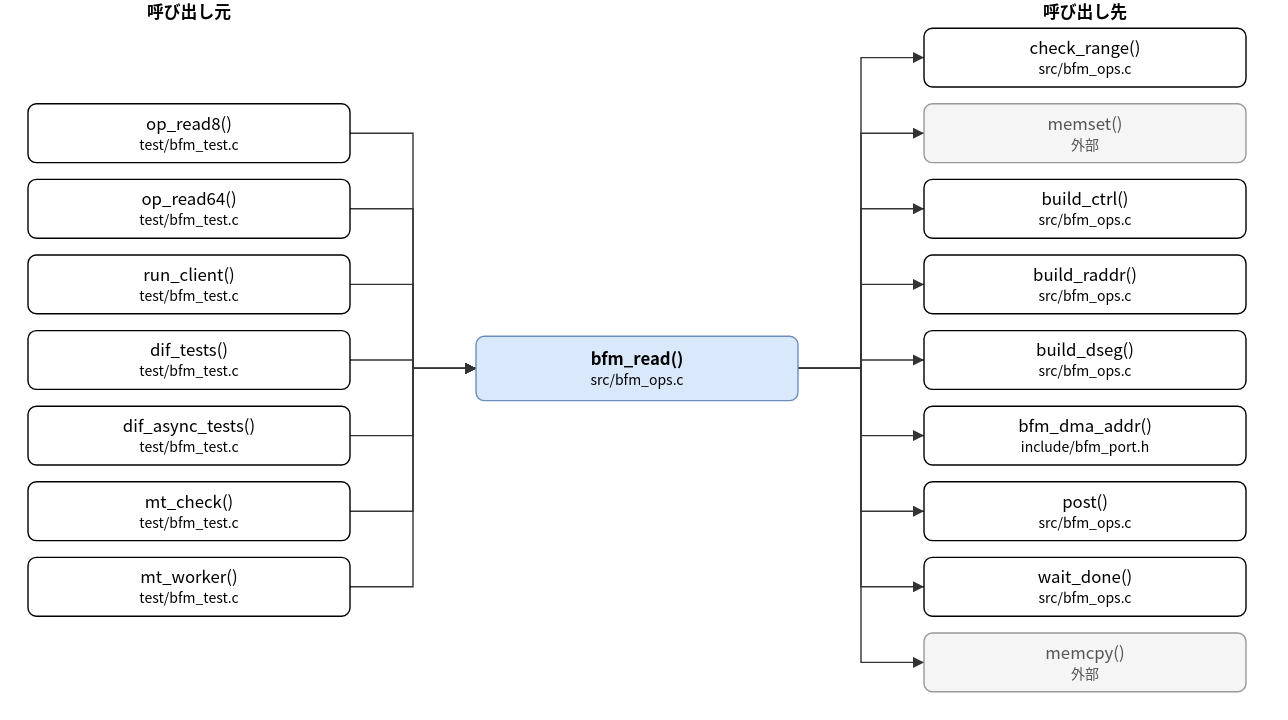
hf355051012-ai/bfmem keeps this draw.io diagram as doc/spec/images/call_src_bfm_ops-bfm_read.drawio.svg. Above is the earlier version. Source tidied: cells renumbered, new cells last; positions are measured from the earlier drawing's top-left corner, leaving out a move shared by most shapes.
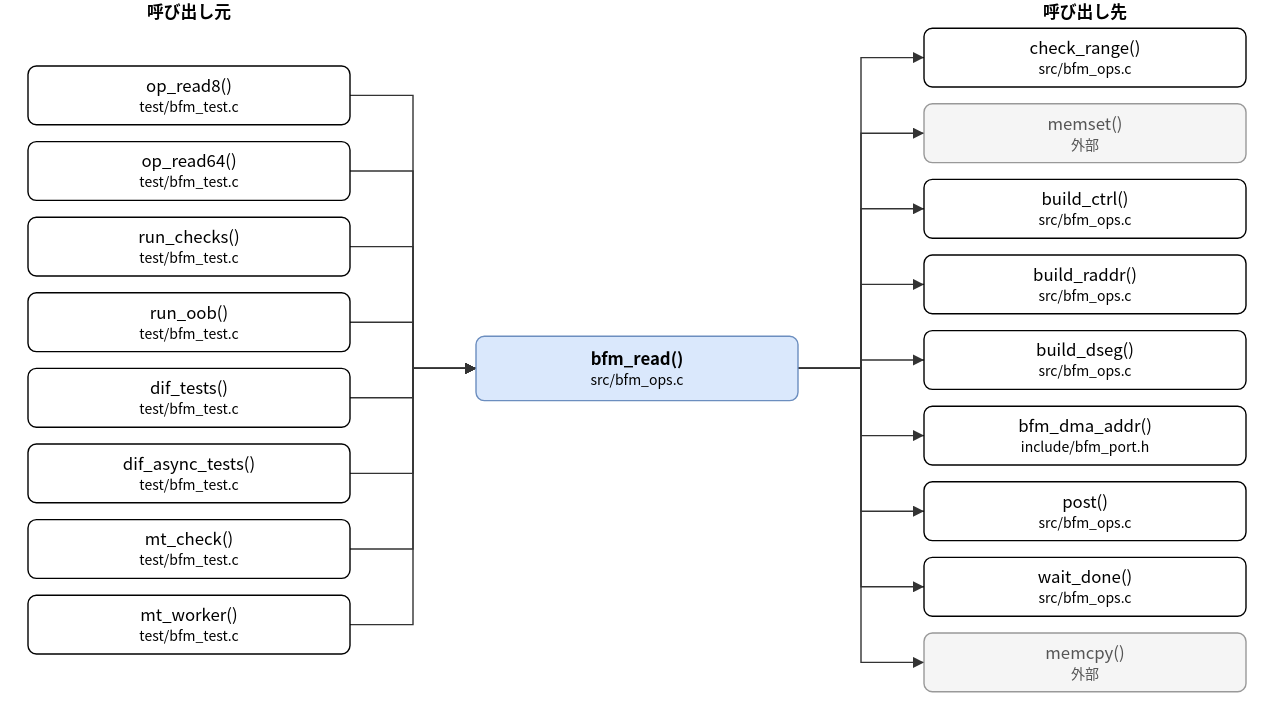
The same file after the commit.

Change to the diagram source:
```diff
@@ -6,26 +6,29 @@
       <mxGeometry x="320" y="240" width="230" height="46" as="geometry" />
     </mxCell>
     <mxCell id="3" value="op_read8()&lt;br&gt;&lt;font style=&quot;font-size:10px&quot;&gt;test/bfm_test.c&lt;/font&gt;" style="rounded=1;whiteSpace=wrap;html=1;" parent="1" vertex="1">
-      <mxGeometry y="74" width="230" height="42" as="geometry" />
+      <mxGeometry y="47" width="230" height="42" as="geometry" />
     </mxCell>
     <mxCell id="4" value="op_read64()&lt;br&gt;&lt;font style=&quot;font-size:10px&quot;&gt;test/bfm_test.c&lt;/font&gt;" style="rounded=1;whiteSpace=wrap;html=1;" parent="1" vertex="1">
-      <mxGeometry y="128" width="230" height="42" as="geometry" />
+      <mxGeometry y="101" width="230" height="42" as="geometry" />
     </mxCell>
-    <mxCell id="5" value="run_client()&lt;br&gt;&lt;font style=&quot;font-size:10px&quot;&gt;test/bfm_test.c&lt;/font&gt;" style="rounded=1;whiteSpace=wrap;html=1;" parent="1" vertex="1">
-      <mxGeometry y="182" width="230" height="42" as="geometry" />
+    <mxCell id="5" value="run_checks()&lt;br&gt;&lt;font style=&quot;font-size:10px&quot;&gt;test/bfm_test.c&lt;/font&gt;" style="rounded=1;whiteSpace=wrap;html=1;" parent="1" vertex="1">
+      <mxGeometry y="155" width="230" height="42" as="geometry" />
     </mxCell>
-    <mxCell id="6" value="dif_tests()&lt;br&gt;&lt;font style=&quot;font-size:10px&quot;&gt;test/bfm_test.c&lt;/font&gt;" style="rounded=1;whiteSpace=wrap;html=1;" parent="1" vertex="1">
-      <mxGeometry y="236" width="230" height="42" as="geometry" />
+    <mxCell id="6" value="run_oob()&lt;br&gt;&lt;font style=&quot;font-size:10px&quot;&gt;test/bfm_test.c&lt;/font&gt;" style="rounded=1;whiteSpace=wrap;html=1;" parent="1" vertex="1">
+      <mxGeometry y="209" width="230" height="42" as="geometry" />
     </mxCell>
-    <mxCell id="7" value="dif_async_tests()&lt;br&gt;&lt;font style=&quot;font-size:10px&quot;&gt;test/bfm_test.c&lt;/font&gt;" style="rounded=1;whiteSpace=wrap;html=1;" parent="1" vertex="1">
-      <mxGeometry y="290" width="230" height="42" as="geometry" />
+    <mxCell id="7" value="dif_tests()&lt;br&gt;&lt;font style=&quot;font-size:10px&quot;&gt;test/bfm_test.c&lt;/font&gt;" style="rounded=1;whiteSpace=wrap;html=1;" parent="1" vertex="1">
+      <mxGeometry y="263" width="230" height="42" as="geometry" />
     </mxCell>
-    <mxCell id="8" value="mt_check()&lt;br&gt;&lt;font style=&quot;font-size:10px&quot;&gt;test/bfm_test.c&lt;/font&gt;" style="rounded=1;whiteSpace=wrap;html=1;" parent="1" vertex="1">
-      <mxGeometry y="344" width="230" height="42" as="geometry" />
+    <mxCell id="8" value="dif_async_tests()&lt;br&gt;&lt;font style=&quot;font-size:10px&quot;&gt;test/bfm_test.c&lt;/font&gt;" style="rounded=1;whiteSpace=wrap;html=1;" parent="1" vertex="1">
+      <mxGeometry y="317" width="230" height="42" as="geometry" />
     </mxCell>
-    <mxCell id="9" value="mt_worker()&lt;br&gt;&lt;font style=&quot;font-size:10px&quot;&gt;test/bfm_test.c&lt;/font&gt;" style="rounded=1;whiteSpace=wrap;html=1;" parent="1" vertex="1">
-      <mxGeometry y="398" width="230" height="42" as="geometry" />
+    <mxCell id="9" value="mt_check()&lt;br&gt;&lt;font style=&quot;font-size:10px&quot;&gt;test/bfm_test.c&lt;/font&gt;" style="rounded=1;whiteSpace=wrap;html=1;" parent="1" vertex="1">
+      <mxGeometry y="371" width="230" height="42" as="geometry" />
     </mxCell>
+    <mxCell id="37" value="mt_worker()&lt;br&gt;&lt;font style=&quot;font-size:10px&quot;&gt;test/bfm_test.c&lt;/font&gt;" style="rounded=1;whiteSpace=wrap;html=1;" parent="1" vertex="1">
+      <mxGeometry y="425" width="230" height="42" as="geometry" />
+    </mxCell>
     <mxCell id="10" value="check_range()&lt;br&gt;&lt;font style=&quot;font-size:10px&quot;&gt;src/bfm_ops.c&lt;/font&gt;" style="rounded=1;whiteSpace=wrap;html=1;" parent="1" vertex="1">
       <mxGeometry x="640" y="20" width="230" height="42" as="geometry" />
     </mxCell>
@@ -56,7 +59,7 @@
     <mxCell id="19" style="edgeStyle=none;html=1;rounded=0;endArrow=block;endFill=1;exitX=1.0000;exitY=0.5000;exitDx=0;exitDy=0;exitPerimeter=0;entryX=0.0000;entryY=0.5000;entryDx=0;entryDy=0;entryPerimeter=0;" parent="1" edge="1" source="3" target="2">
       <mxGeometry relative="1" as="geometry">
         <Array as="points">
-          <mxPoint x="275" y="95" />
+          <mxPoint x="275" y="68" />
           <mxPoint x="275" y="263" />
         </Array>
       </mxGeometry>
@@ -64,7 +67,7 @@
     <mxCell id="20" style="edgeStyle=none;html=1;rounded=0;endArrow=block;endFill=1;exitX=1.0000;exitY=0.5000;exitDx=0;exitDy=0;exitPerimeter=0;entryX=0.0000;entryY=0.5000;entryDx=0;entryDy=0;entryPerimeter=0;" parent="1" edge="1" source="4" target="2">
       <mxGeometry relative="1" as="geometry">
         <Array as="points">
-          <mxPoint x="275" y="149" />
+          <mxPoint x="275" y="122" />
           <mxPoint x="275" y="263" />
         </Array>
       </mxGeometry>
@@ -72,7 +75,7 @@
     <mxCell id="21" style="edgeStyle=none;html=1;rounded=0;endArrow=block;endFill=1;exitX=1.0000;exitY=0.5000;exitDx=0;exitDy=0;exitPerimeter=0;entryX=0.0000;entryY=0.5000;entryDx=0;entryDy=0;entryPerimeter=0;" parent="1" edge="1" source="5" target="2">
       <mxGeometry relative="1" as="geometry">
         <Array as="points">
-          <mxPoint x="275" y="203" />
+          <mxPoint x="275" y="176" />
           <mxPoint x="275" y="263" />
         </Array>
       </mxGeometry>
@@ -80,7 +83,7 @@
     <mxCell id="22" style="edgeStyle=none;html=1;rounded=0;endArrow=block;endFill=1;exitX=1.0000;exitY=0.5000;exitDx=0;exitDy=0;exitPerimeter=0;entryX=0.0000;entryY=0.5000;entryDx=0;entryDy=0;entryPerimeter=0;" parent="1" edge="1" source="6" target="2">
       <mxGeometry relative="1" as="geometry">
         <Array as="points">
-          <mxPoint x="275" y="257" />
+          <mxPoint x="275" y="230" />
           <mxPoint x="275" y="263" />
         </Array>
       </mxGeometry>
@@ -88,7 +91,7 @@
     <mxCell id="23" style="edgeStyle=none;html=1;rounded=0;endArrow=block;endFill=1;exitX=1.0000;exitY=0.5000;exitDx=0;exitDy=0;exitPerimeter=0;entryX=0.0000;entryY=0.5000;entryDx=0;entryDy=0;entryPerimeter=0;" parent="1" edge="1" source="7" target="2">
       <mxGeometry relative="1" as="geometry">
         <Array as="points">
-          <mxPoint x="275" y="311" />
+          <mxPoint x="275" y="284" />
           <mxPoint x="275" y="263" />
         </Array>
       </mxGeometry>
@@ -96,7 +99,7 @@
     <mxCell id="24" style="edgeStyle=none;html=1;rounded=0;endArrow=block;endFill=1;exitX=1.0000;exitY=0.5000;exitDx=0;exitDy=0;exitPerimeter=0;entryX=0.0000;entryY=0.5000;entryDx=0;entryDy=0;entryPerimeter=0;" parent="1" edge="1" source="8" target="2">
       <mxGeometry relative="1" as="geometry">
         <Array as="points">
-          <mxPoint x="275" y="365" />
+          <mxPoint x="275" y="338" />
           <mxPoint x="275" y="263" />
         </Array>
       </mxGeometry>
@@ -104,83 +107,91 @@
     <mxCell id="25" style="edgeStyle=none;html=1;rounded=0;endArrow=block;endFill=1;exitX=1.0000;exitY=0.5000;exitDx=0;exitDy=0;exitPerimeter=0;entryX=0.0000;entryY=0.5000;entryDx=0;entryDy=0;entryPerimeter=0;" parent="1" edge="1" source="9" target="2">
       <mxGeometry relative="1" as="geometry">
         <Array as="points">
-          <mxPoint x="275" y="419" />
+          <mxPoint x="275" y="392" />
           <mxPoint x="275" y="263" />
         </Array>
       </mxGeometry>
     </mxCell>
-    <mxCell id="26" style="edgeStyle=none;html=1;rounded=0;endArrow=block;endFill=1;exitX=1.0000;exitY=0.5000;exitDx=0;exitDy=0;exitPerimeter=0;entryX=0.0000;entryY=0.5000;entryDx=0;entryDy=0;entryPerimeter=0;" parent="1" edge="1" source="2" target="10">
+    <mxCell id="26" style="edgeStyle=none;html=1;rounded=0;endArrow=block;endFill=1;exitX=1.0000;exitY=0.5000;exitDx=0;exitDy=0;exitPerimeter=0;entryX=0.0000;entryY=0.5000;entryDx=0;entryDy=0;entryPerimeter=0;" parent="1" edge="1" source="37" target="2">
       <mxGeometry relative="1" as="geometry">
         <Array as="points">
-          <mxPoint x="595" y="263" />
-          <mxPoint x="595" y="41" />
+          <mxPoint x="275" y="446" />
+          <mxPoint x="275" y="263" />
         </Array>
       </mxGeometry>
     </mxCell>
-    <mxCell id="27" style="edgeStyle=none;html=1;rounded=0;endArrow=block;endFill=1;exitX=1.0000;exitY=0.5000;exitDx=0;exitDy=0;exitPerimeter=0;entryX=0.0000;entryY=0.5000;entryDx=0;entryDy=0;entryPerimeter=0;" parent="1" edge="1" source="2" target="11">
+    <mxCell id="27" style="edgeStyle=none;html=1;rounded=0;endArrow=block;endFill=1;exitX=1.0000;exitY=0.5000;exitDx=0;exitDy=0;exitPerimeter=0;entryX=0.0000;entryY=0.5000;entryDx=0;entryDy=0;entryPerimeter=0;" parent="1" edge="1" source="2" target="10">
       <mxGeometry relative="1" as="geometry">
         <Array as="points">
           <mxPoint x="595" y="263" />
-          <mxPoint x="595" y="95" />
+          <mxPoint x="595" y="41" />
         </Array>
       </mxGeometry>
     </mxCell>
-    <mxCell id="28" style="edgeStyle=none;html=1;rounded=0;endArrow=block;endFill=1;exitX=1.0000;exitY=0.5000;exitDx=0;exitDy=0;exitPerimeter=0;entryX=0.0000;entryY=0.5000;entryDx=0;entryDy=0;entryPerimeter=0;" parent="1" edge="1" source="2" target="12">
+    <mxCell id="28" style="edgeStyle=none;html=1;rounded=0;endArrow=block;endFill=1;exitX=1.0000;exitY=0.5000;exitDx=0;exitDy=0;exitPerimeter=0;entryX=0.0000;entryY=0.5000;entryDx=0;entryDy=0;entryPerimeter=0;" parent="1" edge="1" source="2" target="11">
       <mxGeometry relative="1" as="geometry">
         <Array as="points">
           <mxPoint x="595" y="263" />
-          <mxPoint x="595" y="149" />
+          <mxPoint x="595" y="95" />
         </Array>
       </mxGeometry>
     </mxCell>
-    <mxCell id="29" style="edgeStyle=none;html=1;rounded=0;endArrow=block;endFill=1;exitX=1.0000;exitY=0.5000;exitDx=0;exitDy=0;exitPerimeter=0;entryX=0.0000;entryY=0.5000;entryDx=0;entryDy=0;entryPerimeter=0;" parent="1" edge="1" source="2" target="13">
+    <mxCell id="29" style="edgeStyle=none;html=1;rounded=0;endArrow=block;endFill=1;exitX=1.0000;exitY=0.5000;exitDx=0;exitDy=0;exitPerimeter=0;entryX=0.0000;entryY=0.5000;entryDx=0;entryDy=0;entryPerimeter=0;" parent="1" edge="1" source="2" target="12">
       <mxGeometry relative="1" as="geometry">
         <Array as="points">
           <mxPoint x="595" y="263" />
-          <mxPoint x="595" y="203" />
+          <mxPoint x="595" y="149" />
         </Array>
       </mxGeometry>
     </mxCell>
-    <mxCell id="30" style="edgeStyle=none;html=1;rounded=0;endArrow=block;endFill=1;exitX=1.0000;exitY=0.5000;exitDx=0;exitDy=0;exitPerimeter=0;entryX=0.0000;entryY=0.5000;entryDx=0;entryDy=0;entryPerimeter=0;" parent="1" edge="1" source="2" target="14">
+    <mxCell id="30" style="edgeStyle=none;html=1;rounded=0;endArrow=block;endFill=1;exitX=1.0000;exitY=0.5000;exitDx=0;exitDy=0;exitPerimeter=0;entryX=0.0000;entryY=0.5000;entryDx=0;entryDy=0;entryPerimeter=0;" parent="1" edge="1" source="2" target="13">
       <mxGeometry relative="1" as="geometry">
         <Array as="points">
           <mxPoint x="595" y="263" />
-          <mxPoint x="595" y="257" />
+          <mxPoint x="595" y="203" />
         </Array>
       </mxGeometry>
     </mxCell>
-    <mxCell id="31" style="edgeStyle=none;html=1;rounded=0;endArrow=block;endFill=1;exitX=1.0000;exitY=0.5000;exitDx=0;exitDy=0;exitPerimeter=0;entryX=0.0000;entryY=0.5000;entryDx=0;entryDy=0;entryPerimeter=0;" parent="1" edge="1" source="2" target="15">
+    <mxCell id="31" style="edgeStyle=none;html=1;rounded=0;endArrow=block;endFill=1;exitX=1.0000;exitY=0.5000;exitDx=0;exitDy=0;exitPerimeter=0;entryX=0.0000;entryY=0.5000;entryDx=0;entryDy=0;entryPerimeter=0;" parent="1" edge="1" source="2" target="14">
       <mxGeometry relative="1" as="geometry">
         <Array as="points">
           <mxPoint x="595" y="263" />
-          <mxPoint x="595" y="311" />
+          <mxPoint x="595" y="257" />
         </Array>
       </mxGeometry>
     </mxCell>
-    <mxCell id="32" style="edgeStyle=none;html=1;rounded=0;endArrow=block;endFill=1;exitX=1.0000;exitY=0.5000;exitDx=0;exitDy=0;exitPerimeter=0;entryX=0.0000;entryY=0.5000;entryDx=0;entryDy=0;entryPerimeter=0;" parent="1" edge="1" source="2" target="16">
+    <mxCell id="32" style="edgeStyle=none;html=1;rounded=0;endArrow=block;endFill=1;exitX=1.0000;exitY=0.5000;exitDx=0;exitDy=0;exitPerimeter=0;entryX=0.0000;entryY=0.5000;entryDx=0;entryDy=0;entryPerimeter=0;" parent="1" edge="1" source="2" target="15">
       <mxGeometry relative="1" as="geometry">
         <Array as="points">
           <mxPoint x="595" y="263" />
-          <mxPoint x="595" y="365" />
+          <mxPoint x="595" y="311" />
         </Array>
       </mxGeometry>
     </mxCell>
-    <mxCell id="33" style="edgeStyle=none;html=1;rounded=0;endArrow=block;endFill=1;exitX=1.0000;exitY=0.5000;exitDx=0;exitDy=0;exitPerimeter=0;entryX=0.0000;entryY=0.5000;entryDx=0;entryDy=0;entryPerimeter=0;" parent="1" edge="1" source="2" target="17">
+    <mxCell id="33" style="edgeStyle=none;html=1;rounded=0;endArrow=block;endFill=1;exitX=1.0000;exitY=0.5000;exitDx=0;exitDy=0;exitPerimeter=0;entryX=0.0000;entryY=0.5000;entryDx=0;entryDy=0;entryPerimeter=0;" parent="1" edge="1" source="2" target="16">
       <mxGeometry relative="1" as="geometry">
         <Array as="points">
           <mxPoint x="595" y="263" />
-          <mxPoint x="595" y="419" />
+          <mxPoint x="595" y="365" />
         </Array>
       </mxGeometry>
     </mxCell>
-    <mxCell id="34" style="edgeStyle=none;html=1;rounded=0;endArrow=block;endFill=1;exitX=1.0000;exitY=0.5000;exitDx=0;exitDy=0;exitPerimeter=0;entryX=0.0000;entryY=0.5000;entryDx=0;entryDy=0;entryPerimeter=0;" parent="1" edge="1" source="2" target="18">
+    <mxCell id="34" style="edgeStyle=none;html=1;rounded=0;endArrow=block;endFill=1;exitX=1.0000;exitY=0.5000;exitDx=0;exitDy=0;exitPerimeter=0;entryX=0.0000;entryY=0.5000;entryDx=0;entryDy=0;entryPerimeter=0;" parent="1" edge="1" source="2" target="17">
       <mxGeometry relative="1" as="geometry">
         <Array as="points">
           <mxPoint x="595" y="263" />
-          <mxPoint x="595" y="473" />
+          <mxPoint x="595" y="419" />
         </Array>
       </mxGeometry>
     </mxCell>
+    <mxCell id="38" style="edgeStyle=none;html=1;rounded=0;endArrow=block;endFill=1;exitX=1.0000;exitY=0.5000;exitDx=0;exitDy=0;exitPerimeter=0;entryX=0.0000;entryY=0.5000;entryDx=0;entryDy=0;entryPerimeter=0;" parent="1" edge="1" source="2" target="18">
+      <mxGeometry relative="1" as="geometry">
+        <Array as="points">
+          <mxPoint x="595" y="263" />
+          <mxPoint x="595" y="473" />
+        </Array>
+      </mxGeometry>
+    </mxCell>
     <mxCell id="35" value="呼び出し元" style="text;html=1;align=center;fontStyle=1;" parent="1" vertex="1">
       <mxGeometry x="35" width="160" height="18" as="geometry" />
     </mxCell>
```
